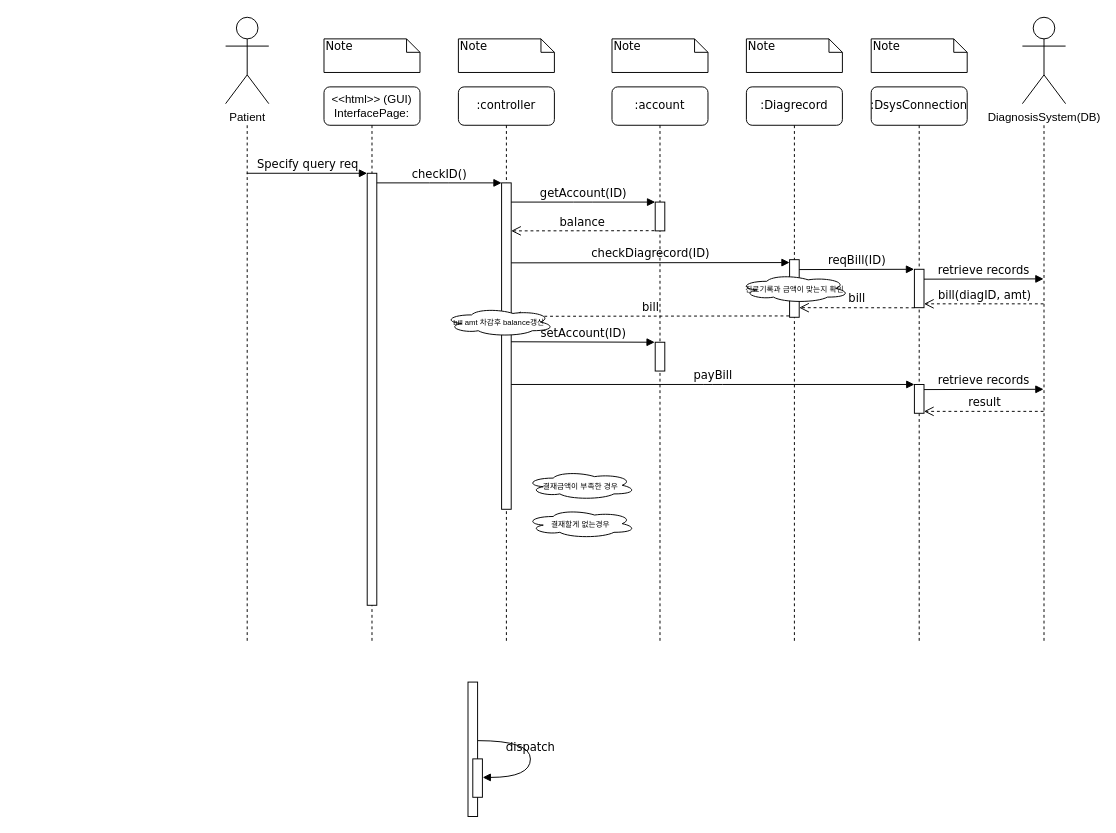
The draw.io diagram patient/04.sequencediagram/UC6_sequence_diag.drawio in yhb1834/Smart-Health-Prediction-System, before the edit. Source tidied: cells renumbered, new cells numbered last; positions are measured from the earlier drawing's top-left corner, leaving out a move shared by most shapes. Both pictures are drawn from the tidied source at 96%, with x=0, y=0 at pixel (199, 17).
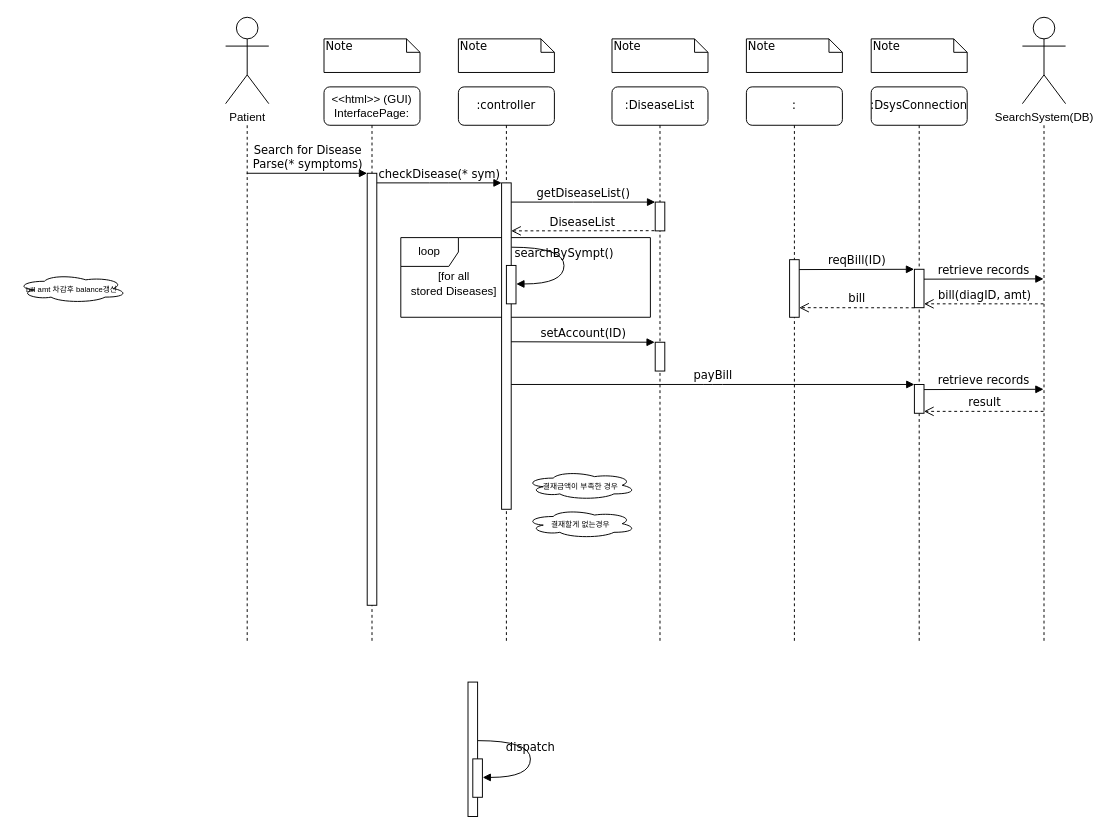
Above is the later version.

The change refers to these unchanged cells:
```xml
<mxCell id="3" style="html=1;points=[];perimeter=orthogonalPerimeter;rounded=0;shadow=0;comic=0;labelBackgroundColor=none;strokeWidth=1;fontFamily=Verdana;fontSize=12;align=center;" parent="2" vertex="1">
  <mxGeometry x="45" y="100" width="10" height="340" as="geometry" />
</mxCell>
<mxCell id="5" style="html=1;points=[];perimeter=orthogonalPerimeter;rounded=0;shadow=0;comic=0;labelBackgroundColor=none;strokeWidth=1;fontFamily=Verdana;fontSize=12;align=center;" parent="4" vertex="1">
  <mxGeometry x="45" y="120" width="10" height="30" as="geometry" />
</mxCell>
<mxCell id="10" style="html=1;points=[];perimeter=orthogonalPerimeter;rounded=0;shadow=0;comic=0;labelBackgroundColor=none;strokeWidth=1;fontFamily=Verdana;fontSize=12;align=center;" parent="9" vertex="1">
  <mxGeometry x="45" y="90" width="10" height="450" as="geometry" />
</mxCell>
<mxCell id="22" style="shape=umlLifeline;perimeter=lifelinePerimeter;whiteSpace=wrap;html=1;outlineConnect=0;rounded=1;shadow=0;comic=0;labelBackgroundColor=none;strokeWidth=1;fontFamily=Verdana;fontSize=12;align=center;size=0;" parent="1" vertex="1">
  <mxGeometry y="112" width="100" height="540" as="geometry" />
</mxCell>
```

What changed in the source:
```diff
@@
+    <mxCell id="44" value="loop" style="shape=umlFrame;whiteSpace=wrap;html=1;" parent="1" vertex="1">
+      <mxGeometry x="210" y="229" width="260" height="83" as="geometry" />
+    </mxCell>
@@
-    <mxCell id="4" value=":account" style="shape=umlLifeline;perimeter=lifelinePerimeter;whiteSpace=wrap;html=1;rounded=1;shadow=0;comic=0;labelBackgroundColor=none;strokeWidth=1;fontFamily=Verdana;fontSize=12;align=center;" parent="1" vertex="1">
+    <mxCell id="4" value=":DiseaseList" style="shape=umlLifeline;perimeter=lifelinePerimeter;whiteSpace=wrap;html=1;rounded=1;shadow=0;comic=0;labelBackgroundColor=none;strokeWidth=1;fontFamily=Verdana;fontSize=12;align=center;" parent="1" vertex="1">
       <mxGeometry x="430" y="72" width="100" height="580" as="geometry" />
     </mxCell>
@@
-    <mxCell id="6" value=":Diagrecord" style="shape=umlLifeline;perimeter=lifelinePerimeter;whiteSpace=wrap;html=1;rounded=1;shadow=0;comic=0;labelBackgroundColor=none;strokeWidth=1;fontFamily=Verdana;fontSize=12;align=center;" parent="1" vertex="1">
+    <mxCell id="6" value=":" style="shape=umlLifeline;perimeter=lifelinePerimeter;whiteSpace=wrap;html=1;rounded=1;shadow=0;comic=0;labelBackgroundColor=none;strokeWidth=1;fontFamily=Verdana;fontSize=12;align=center;" parent="1" vertex="1">
       <mxGeometry x="570" y="72" width="100" height="580" as="geometry" />
     </mxCell>
@@
-    <mxCell id="13" value="checkID()" style="html=1;verticalAlign=bottom;endArrow=block;entryX=0;entryY=0;labelBackgroundColor=none;fontFamily=Verdana;fontSize=12;edgeStyle=elbowEdgeStyle;elbow=vertical;" parent="1" edge="1" source="10" target="3">
+    <mxCell id="13" value="checkDisease(* sym)" style="html=1;verticalAlign=bottom;endArrow=block;entryX=0;entryY=0;labelBackgroundColor=none;fontFamily=Verdana;fontSize=12;edgeStyle=elbowEdgeStyle;elbow=vertical;" parent="1" edge="1" source="10" target="3">
       <mxGeometry relative="1" as="geometry" />
     </mxCell>
-    <mxCell id="14" value="getAccount(ID)" style="html=1;verticalAlign=bottom;endArrow=block;entryX=0;entryY=0;labelBackgroundColor=none;fontFamily=Verdana;fontSize=12;edgeStyle=elbowEdgeStyle;elbow=vertical;" parent="1" edge="1" source="3" target="5">
+    <mxCell id="14" value="getDiseaseList()" style="html=1;verticalAlign=bottom;endArrow=block;entryX=0;entryY=0;labelBackgroundColor=none;fontFamily=Verdana;fontSize=12;edgeStyle=elbowEdgeStyle;elbow=vertical;" parent="1" edge="1" source="3" target="5">
       <mxGeometry relative="1" as="geometry" />
     </mxCell>
@@
-    <mxCell id="25" value="DiagnosisSystem(DB)&lt;br&gt;" style="shape=umlActor;verticalLabelPosition=bottom;verticalAlign=top;html=1;" parent="1" vertex="1">
+    <mxCell id="25" value="SearchSystem(DB)" style="shape=umlActor;verticalLabelPosition=bottom;verticalAlign=top;html=1;" parent="1" vertex="1">
       <mxGeometry x="857.5" y="-0.5" width="45" height="90" as="geometry" />
     </mxCell>
-    <mxCell id="26" value="Specify query req" style="html=1;verticalAlign=bottom;endArrow=block;labelBackgroundColor=none;fontFamily=Verdana;fontSize=12;edgeStyle=elbowEdgeStyle;elbow=vertical;entryX=-0.011;entryY=0.001;entryDx=0;entryDy=0;entryPerimeter=0;" parent="1" edge="1" source="22" target="10">
+    <mxCell id="26" value="Search for Disease&lt;br&gt;Parse(* symptoms)" style="html=1;verticalAlign=bottom;endArrow=block;labelBackgroundColor=none;fontFamily=Verdana;fontSize=12;edgeStyle=elbowEdgeStyle;elbow=vertical;entryX=-0.011;entryY=0.001;entryDx=0;entryDy=0;entryPerimeter=0;" parent="1" edge="1" source="22" target="10">
       <mxGeometry relative="1" as="geometry">
         <Array as="points">
           <mxPoint x="150" y="162" />
         </Array>
       </mxGeometry>
     </mxCell>
-    <mxCell id="27" value="balance" style="html=1;verticalAlign=bottom;endArrow=open;dashed=1;endSize=8;labelBackgroundColor=none;fontFamily=Verdana;fontSize=12;edgeStyle=elbowEdgeStyle;elbow=vertical;exitX=-0.087;exitY=0.993;exitDx=0;exitDy=0;exitPerimeter=0;" parent="1" edge="1" source="5">
+    <mxCell id="27" value="DiseaseList" style="html=1;verticalAlign=bottom;endArrow=open;dashed=1;endSize=8;labelBackgroundColor=none;fontFamily=Verdana;fontSize=12;edgeStyle=elbowEdgeStyle;elbow=vertical;exitX=-0.087;exitY=0.993;exitDx=0;exitDy=0;exitPerimeter=0;" parent="1" edge="1" source="5">
       <mxGeometry relative="1" as="geometry">
         <mxPoint x="325" y="222" as="targetPoint" />
         <Array as="points">
           <mxPoint x="429" y="222" />
           <mxPoint x="404" y="222" />
           <mxPoint x="434" y="222" />
         </Array>
       </mxGeometry>
     </mxCell>
@@
-    <mxCell id="30" value="checkDiagrecord(ID)" style="html=1;verticalAlign=bottom;endArrow=block;labelBackgroundColor=none;fontFamily=Verdana;fontSize=12;edgeStyle=elbowEdgeStyle;elbow=vertical;exitX=1.1;exitY=0.611;exitDx=0;exitDy=0;exitPerimeter=0;" parent="1" edge="1">
-      <mxGeometry relative="1" as="geometry">
-        <mxPoint x="325" y="255.3" as="sourcePoint" />
-        <mxPoint x="615" y="255" as="targetPoint" />
-        <Array as="points">
-          <mxPoint x="515" y="255" />
-        </Array>
-      </mxGeometry>
-    </mxCell>
@@
-    <mxCell id="37" value="bill" style="html=1;verticalAlign=bottom;endArrow=open;dashed=1;endSize=8;labelBackgroundColor=none;fontFamily=Verdana;fontSize=12;exitX=-0.049;exitY=0.29;exitDx=0;exitDy=0;exitPerimeter=0;" parent="1" edge="1">
-      <mxGeometry relative="1" as="geometry">
-        <mxPoint x="614.5" y="310.6" as="sourcePoint" />
-        <mxPoint x="325" y="311" as="targetPoint" />
-      </mxGeometry>
-    </mxCell>
-    <mxCell id="38" value="&lt;font style=&quot;font-size: 8px&quot;&gt;진료기록과 금액이 맞는지 확인&lt;/font&gt;" style="ellipse;shape=cloud;whiteSpace=wrap;html=1;" parent="1" vertex="1">
-      <mxGeometry x="562.5" y="267" width="115" height="30" as="geometry" />
-    </mxCell>
     <mxCell id="39" value="&lt;span style=&quot;font-size: 8px&quot;&gt;bill amt 차감후 balance갱신&lt;br&gt;&lt;/span&gt;" style="ellipse;shape=cloud;whiteSpace=wrap;html=1;" parent="1" vertex="1">
-      <mxGeometry x="255" y="302" width="115" height="30" as="geometry" />
+      <mxGeometry x="-190" y="267" width="115" height="30" as="geometry" />
     </mxCell>
@@
+    <mxCell id="45" style="html=1;perimeter=orthogonalPerimeter;rounded=0;shadow=0;comic=0;labelBackgroundColor=none;strokeWidth=1;fontFamily=Verdana;fontSize=12;align=center;" parent="1" vertex="1">
+      <mxGeometry x="320" y="258" width="10" height="40" as="geometry" />
+    </mxCell>
+    <mxCell id="46" value="searchBySympt()" style="html=1;verticalAlign=bottom;endArrow=block;labelBackgroundColor=none;fontFamily=Verdana;fontSize=12;elbow=vertical;edgeStyle=orthogonalEdgeStyle;curved=1;entryX=1;entryY=0.286;entryPerimeter=0;exitX=1.038;exitY=0.345;exitPerimeter=0;" parent="1" edge="1">
+      <mxGeometry relative="1" as="geometry">
+        <mxPoint x="325.3" y="239" as="sourcePoint" />
+        <mxPoint x="330.3" y="277.3" as="targetPoint" />
+        <Array as="points">
+          <mxPoint x="380" y="239" />
+          <mxPoint x="380" y="277" />
+        </Array>
+      </mxGeometry>
+    </mxCell>
+    <mxCell id="47" value="[for all&lt;br&gt;stored Diseases]" style="text;html=1;align=center;verticalAlign=middle;strokeColor=none;" parent="1" vertex="1">
+      <mxGeometry x="210" y="262" width="110" height="30" as="geometry" />
+    </mxCell>
```
